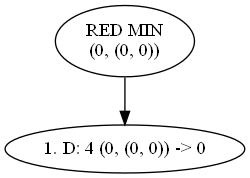
The Graphviz diagram root.dot.png in Ja-Kuba/cw3_MinMax, before a commit. Its source is kept beside it as root.dot.
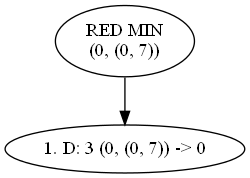
The same file after the commit.

Diff of the diagram source:
```diff
@@ -1,7 +1,7 @@
 digraph tree {
     "RED MIN
-(0, (0, 0))";
-    "1. D: 4 (0, (0, 0)) -> 0";
+(0, (0, 7))";
+    "1. D: 3 (0, (0, 7)) -> 0";
     "RED MIN
-(0, (0, 0))" -> "1. D: 4 (0, (0, 0)) -> 0";
+(0, (0, 7))" -> "1. D: 3 (0, (0, 7)) -> 0";
 }
```
